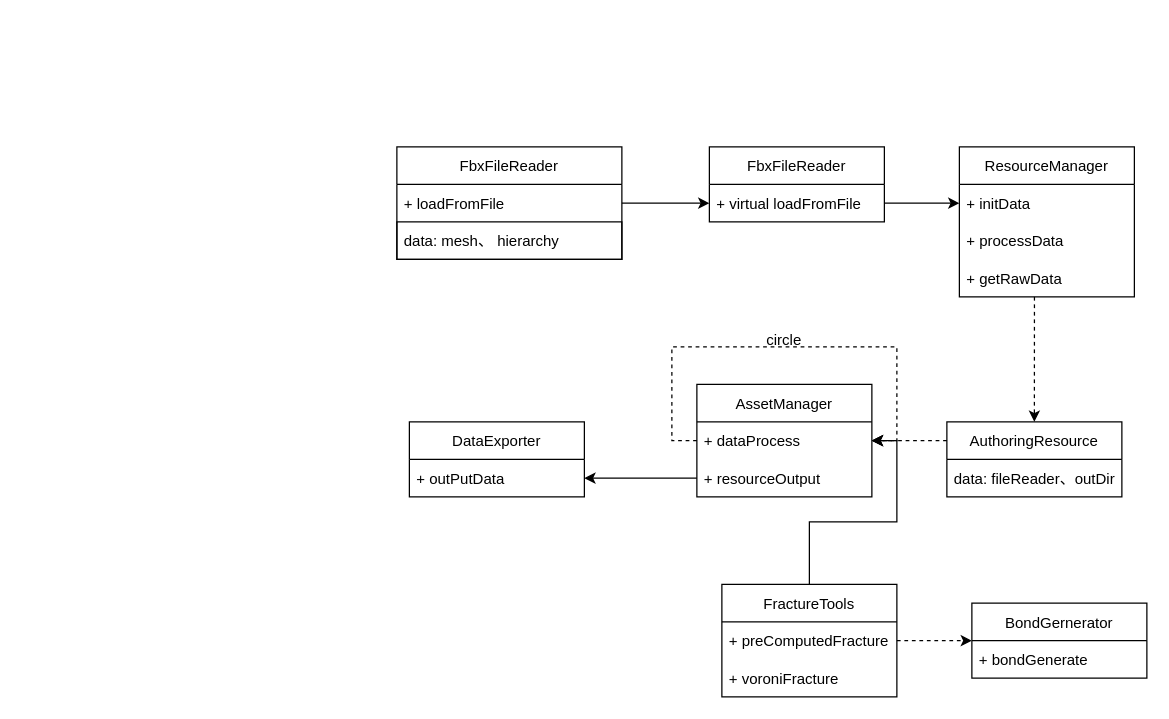
CuSO4H2O5/CODDINGPLZ keeps this draw.io diagram as 未命名绘图.drawio. Above is the earlier version. Source tidied: cells renumbered, new cells numbered last; positions are measured from the earlier drawing's top-left corner, leaving out a move shared by most shapes. Both pictures are drawn from the tidied source at 125%, with x=0, y=0 at pixel (396, 146).
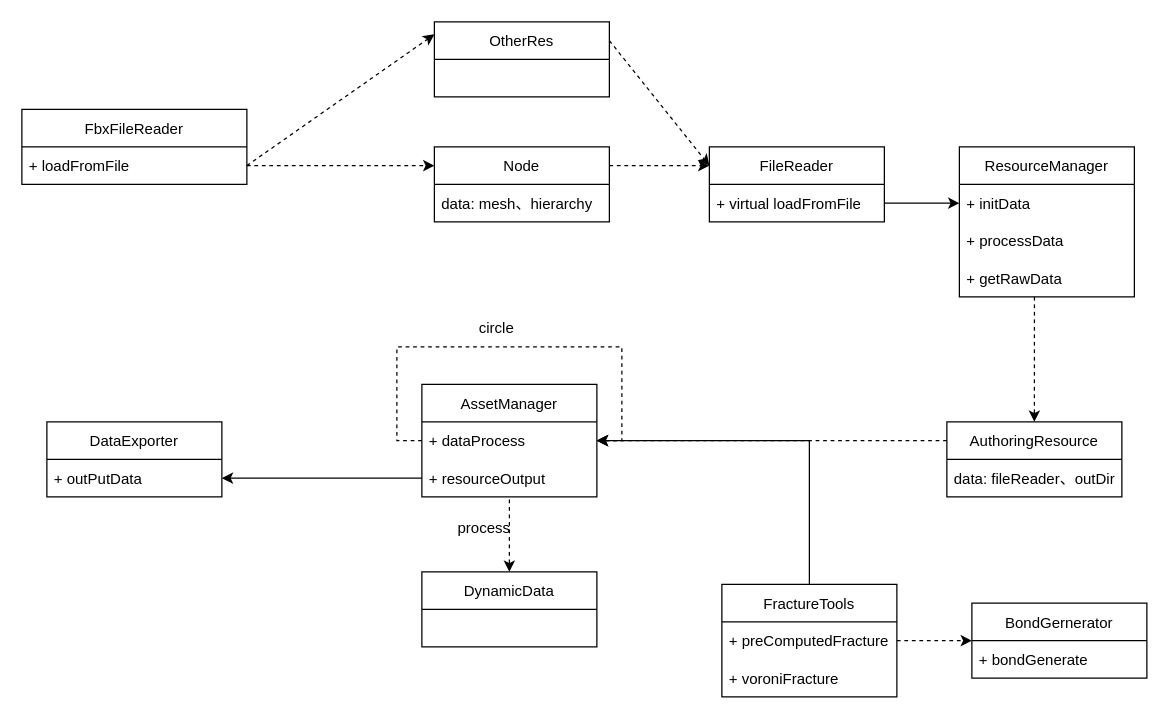
Above is the later version.

Unchanged cells that the change refers to:
```xml
<mxCell id="3" value="+ loadFromFile" style="text;strokeColor=none;fillColor=none;align=left;verticalAlign=middle;spacingLeft=4;spacingRight=4;overflow=hidden;points=[[0,0.5],[1,0.5]];portConstraint=eastwest;" parent="2" vertex="1">
  <mxGeometry y="30" width="180" height="30" as="geometry" />
</mxCell>
<mxCell id="6" value="+ virtual loadFromFile" style="text;strokeColor=none;fillColor=none;align=left;verticalAlign=middle;spacingLeft=4;spacingRight=4;overflow=hidden;points=[[0,0.5],[1,0.5]];portConstraint=eastwest;" parent="5" vertex="1">
  <mxGeometry y="30" width="140" height="30" as="geometry" />
</mxCell>
<mxCell id="18" value="+ resourceOutput" style="text;strokeColor=none;fillColor=none;align=left;verticalAlign=middle;spacingLeft=4;spacingRight=4;overflow=hidden;points=[[0,0.5],[1,0.5]];portConstraint=eastwest;" parent="16" vertex="1">
  <mxGeometry y="60" width="140" height="30" as="geometry" />
</mxCell>
```

What changed in the source:
```diff
@@
     <mxCell id="2" value="FbxFileReader" style="swimlane;fontStyle=0;horizontal=1;startSize=30;" parent="1" vertex="1">
-      <mxGeometry width="180" height="90" as="geometry" />
+      <mxGeometry x="-300" y="-30" width="180" height="60" as="geometry" />
     </mxCell>
@@
-    <mxCell id="4" value="data: mesh、 hierarchy" style="text;strokeColor=default;fillColor=none;align=left;verticalAlign=middle;spacingLeft=4;spacingRight=4;overflow=hidden;strokeWidth=1;perimeterSpacing=0;" parent="2" vertex="1">
-      <mxGeometry y="60" width="180" height="30" as="geometry" />
-    </mxCell>
-    <mxCell id="5" value="FbxFileReader" style="swimlane;fontStyle=0;horizontal=1;startSize=30;" parent="1" vertex="1">
+    <mxCell id="5" value="FileReader" style="swimlane;fontStyle=0;horizontal=1;startSize=30;" parent="1" vertex="1">
       <mxGeometry x="250" width="140" height="60" as="geometry" />
     </mxCell>
@@
-    <mxCell id="7" style="edgeStyle=orthogonalEdgeStyle;rounded=0;jettySize=auto;html=1;exitX=1;exitY=0.5;exitDx=0;exitDy=0;entryX=0;entryY=0.5;entryDx=0;entryDy=0;" parent="1" edge="1" source="3" target="6">
-      <mxGeometry relative="1" as="geometry" />
-    </mxCell>
@@
     <mxCell id="16" value="AssetManager" style="swimlane;fontStyle=0;horizontal=1;startSize=30;strokeColor=default;strokeWidth=1;" parent="1" vertex="1">
-      <mxGeometry x="240" y="190" width="140" height="90" as="geometry" />
+      <mxGeometry x="20" y="190" width="140" height="90" as="geometry" />
     </mxCell>
@@
     <mxCell id="20" value="DataExporter" style="swimlane;fontStyle=0;horizontal=1;startSize=30;strokeColor=default;strokeWidth=1;" parent="1" vertex="1">
-      <mxGeometry x="10" y="220" width="140" height="60" as="geometry" />
+      <mxGeometry x="-280" y="220" width="140" height="60" as="geometry" />
     </mxCell>
@@
     <mxCell id="29" value="circle" style="text;html=1;strokeColor=none;fillColor=none;align=center;verticalAlign=middle;whiteSpace=wrap;rounded=0;" parent="1" vertex="1">
-      <mxGeometry x="280" y="140" width="60" height="30" as="geometry" />
+      <mxGeometry x="50" y="130" width="60" height="30" as="geometry" />
     </mxCell>
@@
+    <mxCell id="33" value="DynamicData" style="swimlane;fontStyle=0;horizontal=1;startSize=30;" parent="1" vertex="1">
+      <mxGeometry x="20" y="340" width="140" height="60" as="geometry" />
+    </mxCell>
+    <mxCell id="34" style="endArrow=classic;html=1;rounded=0;exitX=0.5;exitY=1.067;exitDx=0;exitDy=0;exitPerimeter=0;dashed=1;" parent="1" edge="1" source="18" target="33">
+      <mxGeometry relative="1" as="geometry" />
+    </mxCell>
+    <mxCell id="35" value="process" style="text;html=1;strokeColor=none;fillColor=none;align=center;verticalAlign=middle;whiteSpace=wrap;rounded=0;" parent="1" vertex="1">
+      <mxGeometry x="40" y="290" width="60" height="30" as="geometry" />
+    </mxCell>
+    <mxCell id="36" value="Node" style="swimlane;fontStyle=0;horizontal=1;startSize=30;" parent="1" vertex="1">
+      <mxGeometry x="30" width="140" height="60" as="geometry" />
+    </mxCell>
+    <mxCell id="37" value="data: mesh、hierarchy" style="text;strokeColor=none;fillColor=none;align=left;verticalAlign=middle;spacingLeft=4;spacingRight=4;overflow=hidden;" parent="36" vertex="1">
+      <mxGeometry y="30" width="140" height="30" as="geometry" />
+    </mxCell>
+    <mxCell id="38" style="endArrow=classic;html=1;rounded=0;dashed=1;exitX=1;exitY=0.5;exitDx=0;exitDy=0;entryX=0;entryY=0.25;entryDx=0;entryDy=0;" parent="1" edge="1" source="3" target="36">
+      <mxGeometry relative="1" as="geometry" />
+    </mxCell>
+    <mxCell id="39" style="endArrow=classic;html=1;rounded=0;dashed=1;entryX=0;entryY=0.25;entryDx=0;entryDy=0;exitX=1;exitY=0.25;exitDx=0;exitDy=0;" parent="1" edge="1" source="36" target="5">
+      <mxGeometry relative="1" as="geometry" />
+    </mxCell>
+    <mxCell id="40" value="OtherRes" style="swimlane;fontStyle=0;horizontal=1;startSize=30;" parent="1" vertex="1">
+      <mxGeometry x="30" y="-100" width="140" height="60" as="geometry" />
+    </mxCell>
+    <mxCell id="41" style="endArrow=classic;html=1;rounded=0;dashed=1;exitX=1;exitY=0.75;exitDx=0;exitDy=0;" parent="1" edge="1" source="2">
+      <mxGeometry relative="1" as="geometry">
+        <mxPoint x="30" y="-90" as="targetPoint" />
+      </mxGeometry>
+    </mxCell>
+    <mxCell id="42" style="endArrow=classic;html=1;rounded=0;dashed=1;exitX=1;exitY=0.25;exitDx=0;exitDy=0;entryX=0;entryY=0.25;entryDx=0;entryDy=0;" parent="1" edge="1" source="40" target="5">
+      <mxGeometry relative="1" as="geometry" />
+    </mxCell>
```
